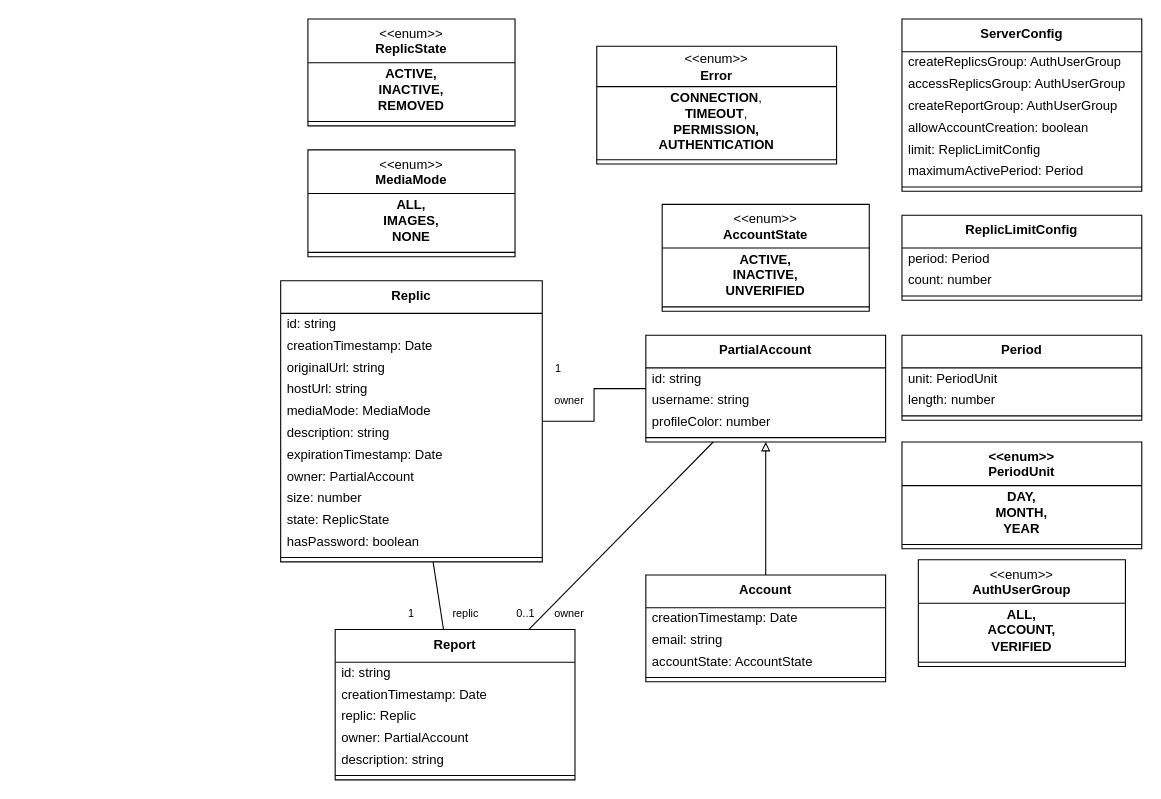
Earlier version of the draw.io diagram content/drawio/class/client/common-domain-models.drawio (replic-read/design). Source tidied: cells renumbered, new cells numbered last; positions are measured from the earlier drawing's top-left corner, leaving out a move shared by most shapes. Both pictures are drawn from the tidied source at 109%, with x=0, y=0 at pixel (280, 19).
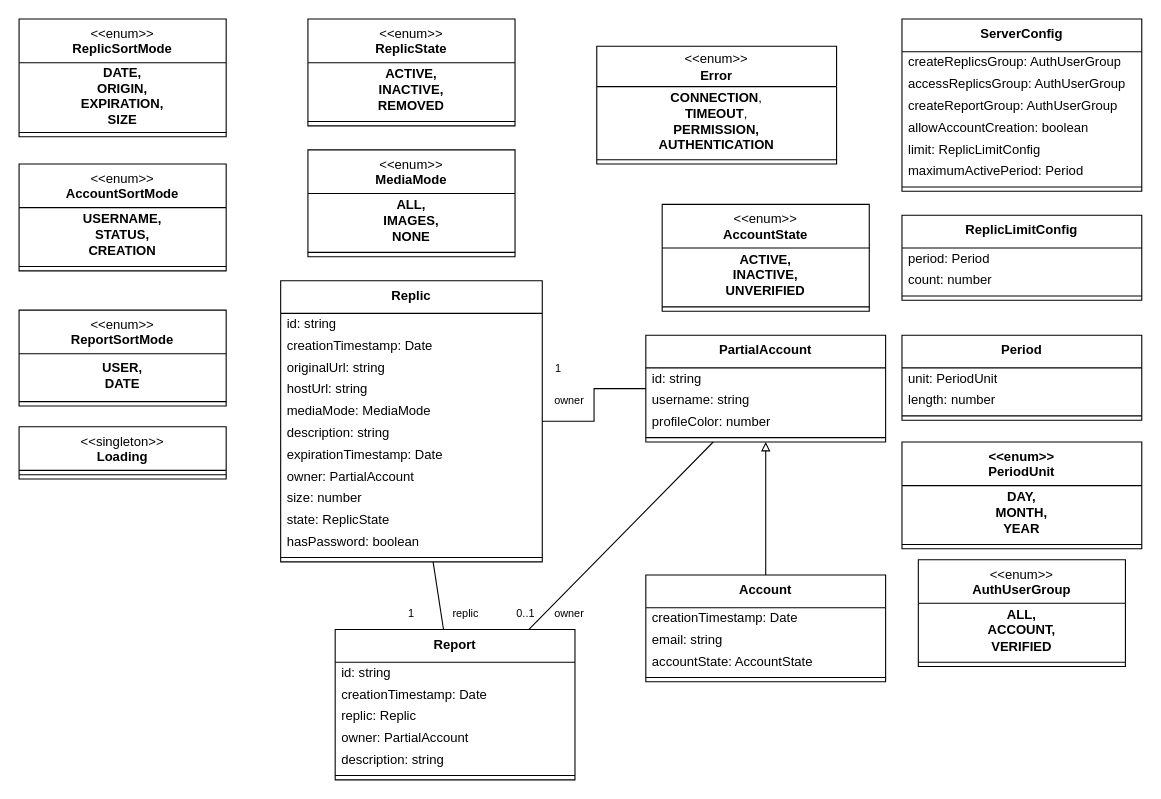
Above is the later version.

Commit message (it also covers changes not shown here):
Added sort modes and 'Loading' singleton to common-domain-models

Change to the diagram source:
```diff
@@
+    <mxCell id="76" value="&lt;div&gt;&amp;lt;&amp;lt;enum&amp;gt;&amp;gt;&lt;/div&gt;&lt;div&gt;&lt;b&gt;ReplicSortMode&lt;/b&gt;&lt;/div&gt;" style="swimlane;fontStyle=0;align=center;verticalAlign=top;horizontal=1;startSize=40;html=1;whiteSpace=wrap;" parent="1" vertex="1">
+      <mxGeometry x="-240" width="190" height="108" as="geometry" />
+    </mxCell>
+    <mxCell id="77" value="&lt;div&gt;DATE,&lt;/div&gt;&lt;div&gt;ORIGIN,&lt;/div&gt;&lt;div&gt;EXPIRATION,&lt;/div&gt;&lt;div&gt;SIZE&lt;/div&gt;" style="text;html=1;strokeColor=none;fillColor=none;align=center;verticalAlign=middle;spacingLeft=4;spacingRight=4;overflow=hidden;whiteSpace=wrap;fontStyle=1;" parent="76" vertex="1">
+      <mxGeometry y="40" width="190" height="60" as="geometry" />
+    </mxCell>
+    <mxCell id="78" style="line;strokeWidth=1;fillColor=none;align=left;verticalAlign=middle;spacingTop=-1;spacingLeft=3;spacingRight=3;labelPosition=right;" parent="76" vertex="1">
+      <mxGeometry y="100" width="190" height="8" as="geometry" />
+    </mxCell>
+    <mxCell id="79" value="&lt;div&gt;&amp;lt;&amp;lt;enum&amp;gt;&amp;gt;&lt;/div&gt;&lt;div&gt;&lt;b&gt;AccountSortMode&lt;/b&gt;&lt;/div&gt;" style="swimlane;fontStyle=0;align=center;verticalAlign=top;horizontal=1;startSize=40;html=1;whiteSpace=wrap;" parent="1" vertex="1">
+      <mxGeometry x="-240" y="133" width="190" height="98" as="geometry" />
+    </mxCell>
+    <mxCell id="80" value="&lt;div&gt;USERNAME,&lt;/div&gt;&lt;div&gt;STATUS,&lt;/div&gt;&lt;div&gt;CREATION&lt;/div&gt;" style="text;html=1;strokeColor=none;fillColor=none;align=center;verticalAlign=middle;spacingLeft=4;spacingRight=4;overflow=hidden;whiteSpace=wrap;fontStyle=1;" parent="79" vertex="1">
+      <mxGeometry y="40" width="190" height="50" as="geometry" />
+    </mxCell>
+    <mxCell id="81" style="line;strokeWidth=1;fillColor=none;align=left;verticalAlign=middle;spacingTop=-1;spacingLeft=3;spacingRight=3;labelPosition=right;" parent="79" vertex="1">
+      <mxGeometry y="90" width="190" height="8" as="geometry" />
+    </mxCell>
+    <mxCell id="82" value="&lt;div&gt;&amp;lt;&amp;lt;enum&amp;gt;&amp;gt;&lt;/div&gt;&lt;div&gt;&lt;b&gt;ReportSortMode&lt;/b&gt;&lt;/div&gt;" style="swimlane;fontStyle=0;align=center;verticalAlign=top;horizontal=1;startSize=40;html=1;whiteSpace=wrap;" parent="1" vertex="1">
+      <mxGeometry x="-240" y="267" width="190" height="88" as="geometry" />
+    </mxCell>
+    <mxCell id="83" value="&lt;div&gt;USER,&lt;/div&gt;&lt;div&gt;DATE&lt;/div&gt;" style="text;html=1;strokeColor=none;fillColor=none;align=center;verticalAlign=middle;spacingLeft=4;spacingRight=4;overflow=hidden;whiteSpace=wrap;fontStyle=1;" parent="82" vertex="1">
+      <mxGeometry y="40" width="190" height="40" as="geometry" />
+    </mxCell>
+    <mxCell id="84" style="line;strokeWidth=1;fillColor=none;align=left;verticalAlign=middle;spacingTop=-1;spacingLeft=3;spacingRight=3;labelPosition=right;" parent="82" vertex="1">
+      <mxGeometry y="80" width="190" height="8" as="geometry" />
+    </mxCell>
+    <mxCell id="85" value="&lt;div&gt;&amp;lt;&amp;lt;singleton&amp;gt;&amp;gt;&lt;/div&gt;&lt;div&gt;&lt;b&gt;Loading&lt;/b&gt;&lt;/div&gt;" style="swimlane;fontStyle=0;align=center;verticalAlign=top;horizontal=1;startSize=40;html=1;whiteSpace=wrap;" parent="1" vertex="1">
+      <mxGeometry x="-240" y="374" width="190" height="48" as="geometry" />
+    </mxCell>
+    <mxCell id="86" style="line;strokeWidth=1;fillColor=none;align=left;verticalAlign=middle;spacingTop=-1;spacingLeft=3;spacingRight=3;labelPosition=right;" parent="85" vertex="1">
+      <mxGeometry y="40" width="190" height="8" as="geometry" />
+    </mxCell>
```
